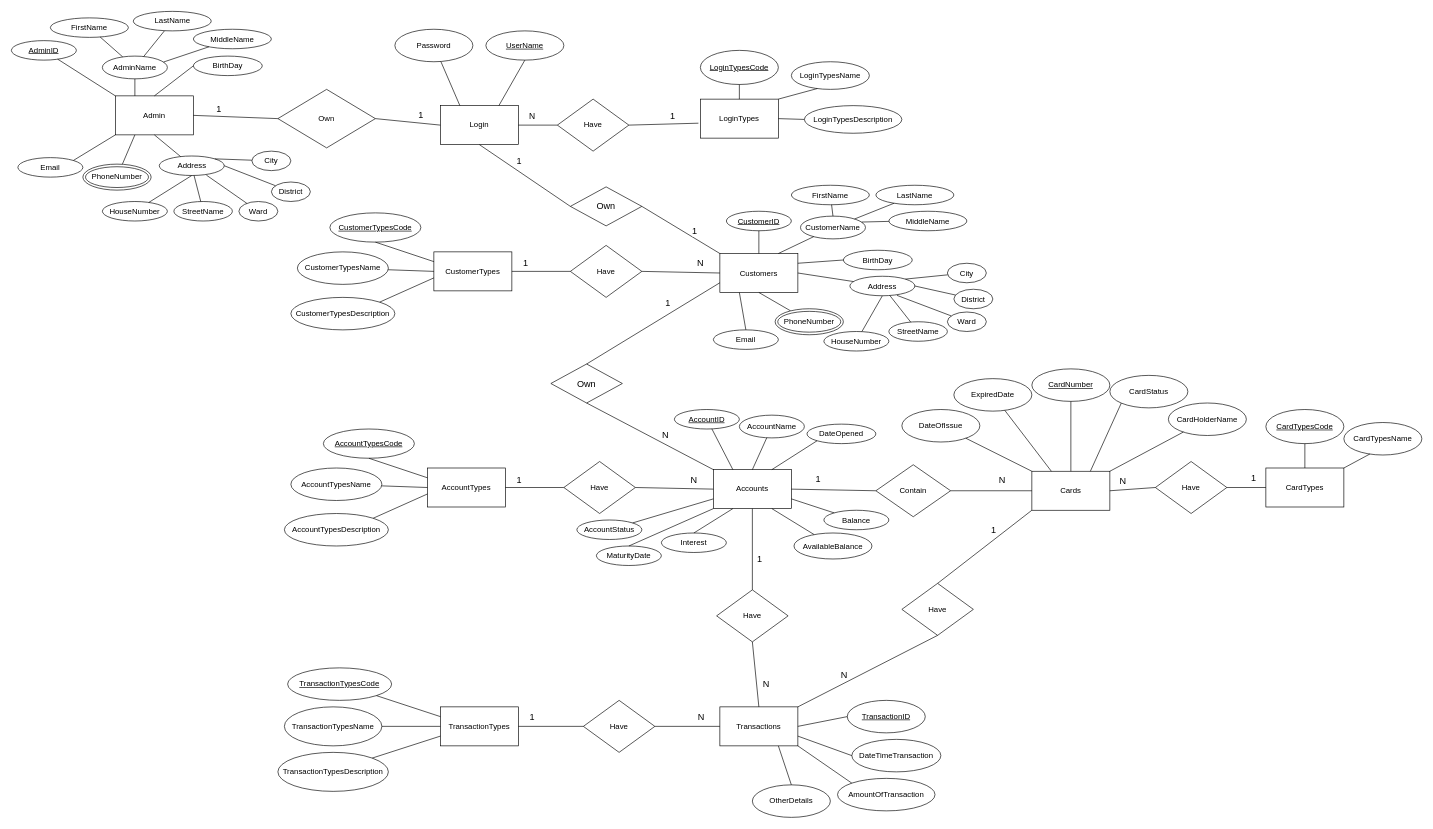
Above: page "ERD" (1 of 2) of Documents/Design/ERDBankingSystem.drawio in HungHuuHoang/BankingSystem (draw.io), before the change. Source tidied: cells renumbered, new cells numbered last; positions are measured from the earlier drawing's top-left corner, leaving out a move shared by most shapes. Both pictures are drawn from the tidied source at 65%, with x=0, y=0 at pixel (11, 11).
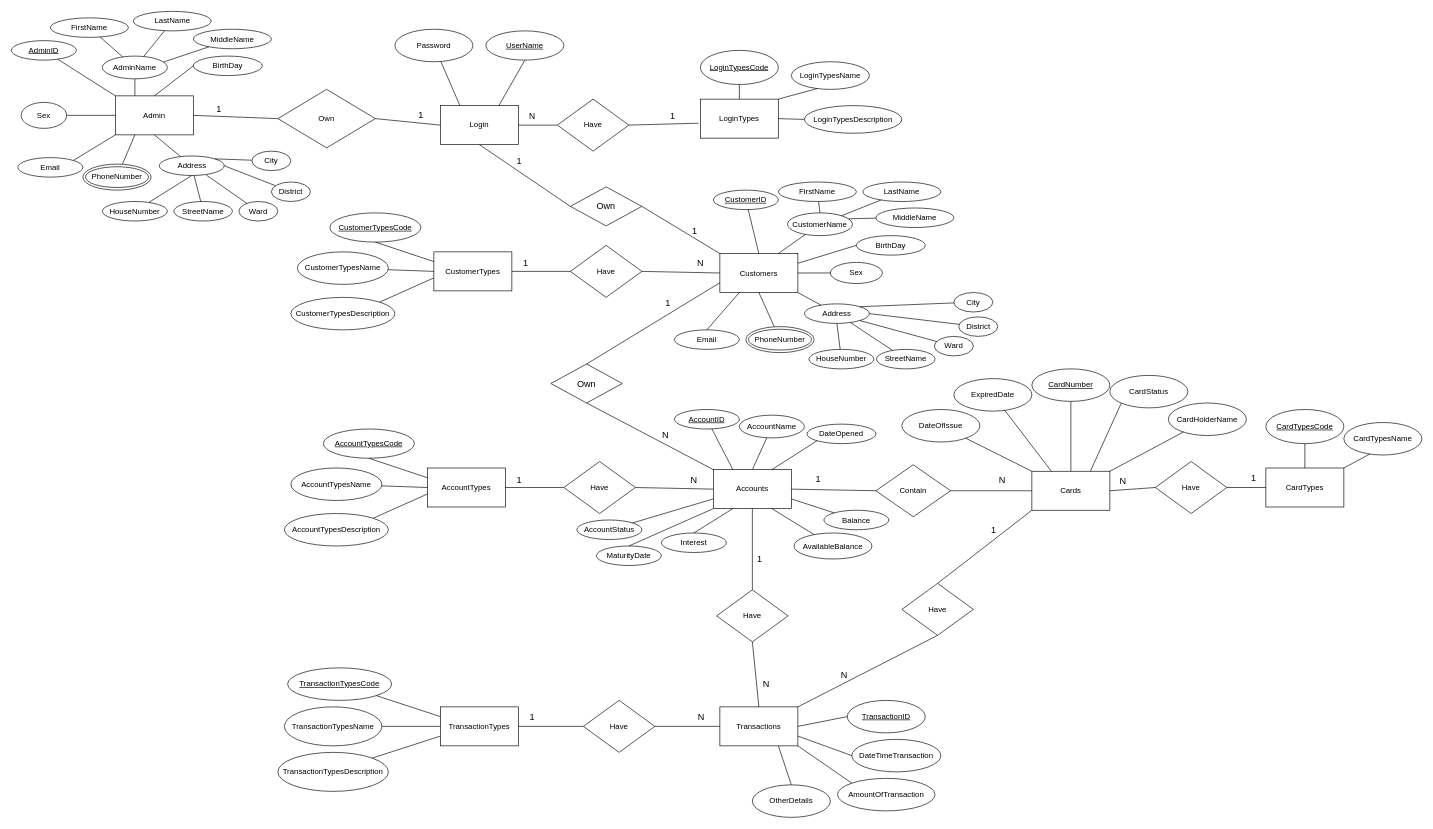
The same diagram, later.

Unchanged cells that the change refers to:
```xml
<mxCell id="36" value="Admin" style="rounded=0;whiteSpace=wrap;html=1;" parent="1" vertex="1">
  <mxGeometry x="160" y="130" width="120" height="60" as="geometry" />
</mxCell>
<mxCell id="74" value="Customers" style="rounded=0;whiteSpace=wrap;html=1;" parent="1" vertex="1">
  <mxGeometry x="1090" y="372.5" width="120" height="60" as="geometry" />
</mxCell>
```

What changed in the source:
```diff
@@
     <mxCell id="75" value="CustomerID" style="ellipse;whiteSpace=wrap;html=1;fontStyle=4;" parent="1" vertex="1">
-      <mxGeometry x="1100" y="307.5" width="100" height="30" as="geometry" />
+      <mxGeometry x="1080" y="275" width="100" height="30" as="geometry" />
     </mxCell>
     <mxCell id="76" value="CustomerName" style="ellipse;whiteSpace=wrap;html=1;" parent="1" vertex="1">
-      <mxGeometry x="1214" y="315" width="100" height="35" as="geometry" />
+      <mxGeometry x="1194" y="310" width="100" height="35" as="geometry" />
     </mxCell>
     <mxCell id="77" value="BirthDay" style="ellipse;whiteSpace=wrap;html=1;" parent="1" vertex="1">
-      <mxGeometry x="1280" y="367.5" width="106" height="30" as="geometry" />
+      <mxGeometry x="1300" y="345" width="106" height="30" as="geometry" />
     </mxCell>
     <mxCell id="78" value="Address" style="ellipse;whiteSpace=wrap;html=1;" parent="1" vertex="1">
-      <mxGeometry x="1290" y="407.5" width="100" height="30" as="geometry" />
+      <mxGeometry x="1220" y="450" width="100" height="30" as="geometry" />
     </mxCell>
@@
-    <mxCell id="82" style="endArrow=none;html=1;exitX=1;exitY=0.5;exitDx=0;exitDy=0;" parent="1" edge="1" source="74" target="78">
+    <mxCell id="82" style="endArrow=none;html=1;exitX=1;exitY=1;exitDx=0;exitDy=0;" parent="1" edge="1" source="74" target="78">
       <mxGeometry relative="1" as="geometry" />
     </mxCell>
@@
     <mxCell id="84" value="PhoneNumber" style="ellipse;shape=doubleEllipse;whiteSpace=wrap;html=1;shadow=0;sketch=0;strokeWidth=1;align=center;" parent="1" vertex="1">
-      <mxGeometry x="1175" y="457.5" width="105" height="40" as="geometry" />
+      <mxGeometry x="1130" y="485" width="105" height="40" as="geometry" />
     </mxCell>
     <mxCell id="85" value="FirstName" style="ellipse;whiteSpace=wrap;html=1;" parent="1" vertex="1">
-      <mxGeometry x="1200" y="267.5" width="120" height="30" as="geometry" />
+      <mxGeometry x="1180" y="262.5" width="120" height="30" as="geometry" />
     </mxCell>
     <mxCell id="86" value="LastName" style="ellipse;whiteSpace=wrap;html=1;" parent="1" vertex="1">
-      <mxGeometry x="1330" y="267.5" width="120" height="30" as="geometry" />
+      <mxGeometry x="1310" y="262.5" width="120" height="30" as="geometry" />
     </mxCell>
     <mxCell id="87" value="MiddleName" style="ellipse;whiteSpace=wrap;html=1;" parent="1" vertex="1">
-      <mxGeometry x="1350" y="307.5" width="120" height="30" as="geometry" />
+      <mxGeometry x="1330" y="302.5" width="120" height="30" as="geometry" />
     </mxCell>
@@
     <mxCell id="91" value="HouseNumber" style="ellipse;whiteSpace=wrap;html=1;" parent="1" vertex="1">
-      <mxGeometry x="1250" y="492.5" width="100" height="30" as="geometry" />
+      <mxGeometry x="1227" y="520" width="100" height="30" as="geometry" />
     </mxCell>
     <mxCell id="92" value="StreetName" style="ellipse;whiteSpace=wrap;html=1;" parent="1" vertex="1">
-      <mxGeometry x="1350" y="477.5" width="90" height="30" as="geometry" />
+      <mxGeometry x="1331" y="520" width="90" height="30" as="geometry" />
     </mxCell>
     <mxCell id="93" value="Ward" style="ellipse;whiteSpace=wrap;html=1;" parent="1" vertex="1">
-      <mxGeometry x="1440" y="462.5" width="60" height="30" as="geometry" />
+      <mxGeometry x="1420" y="500" width="60" height="30" as="geometry" />
     </mxCell>
     <mxCell id="94" value="District" style="ellipse;whiteSpace=wrap;html=1;" parent="1" vertex="1">
-      <mxGeometry x="1450" y="427.5" width="60" height="30" as="geometry" />
+      <mxGeometry x="1457.5" y="470" width="60" height="30" as="geometry" />
     </mxCell>
@@
-    <mxCell id="97" style="endArrow=none;html=1;exitX=0.725;exitY=0.98;exitDx=0;exitDy=0;exitPerimeter=0;" parent="1" edge="1" source="78" target="93">
+    <mxCell id="97" style="endArrow=none;html=1;exitX=1;exitY=1;exitDx=0;exitDy=0;" parent="1" edge="1" source="78" target="93">
       <mxGeometry relative="1" as="geometry" />
     </mxCell>
@@
     <mxCell id="99" value="City" style="ellipse;whiteSpace=wrap;html=1;" parent="1" vertex="1">
-      <mxGeometry x="1440" y="387.5" width="60" height="30" as="geometry" />
+      <mxGeometry x="1450" y="432.5" width="60" height="30" as="geometry" />
     </mxCell>
@@
     <mxCell id="101" value="Email" style="ellipse;whiteSpace=wrap;html=1;" parent="1" vertex="1">
-      <mxGeometry x="1080" y="490" width="100" height="30" as="geometry" />
+      <mxGeometry x="1020" y="490" width="100" height="30" as="geometry" />
     </mxCell>
@@
+    <mxCell id="190" value="Sex" style="ellipse;whiteSpace=wrap;html=1;" parent="1" vertex="1">
+      <mxGeometry x="1260" y="386.2" width="80" height="32.5" as="geometry" />
+    </mxCell>
+    <mxCell id="191" style="endArrow=none;html=1;exitX=1;exitY=0.5;exitDx=0;exitDy=0;entryX=0;entryY=0.5;entryDx=0;entryDy=0;" parent="1" edge="1" source="74" target="190">
+      <mxGeometry relative="1" as="geometry" />
+    </mxCell>
+    <mxCell id="192" value="Sex" style="ellipse;whiteSpace=wrap;html=1;" parent="1" vertex="1">
+      <mxGeometry x="15" y="140" width="70" height="40" as="geometry" />
+    </mxCell>
+    <mxCell id="193" style="endArrow=none;html=1;exitX=1;exitY=0.5;exitDx=0;exitDy=0;entryX=0;entryY=0.5;entryDx=0;entryDy=0;" parent="1" edge="1" source="192" target="36">
+      <mxGeometry relative="1" as="geometry" />
+    </mxCell>
```
